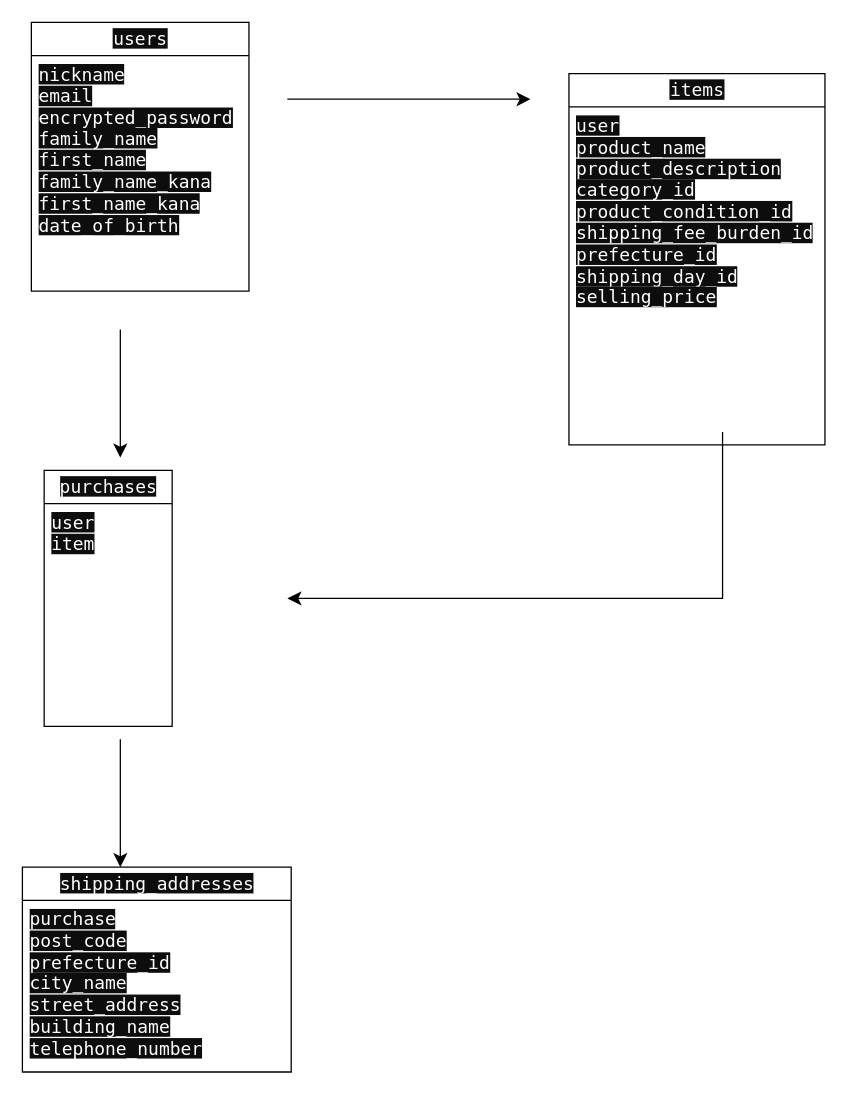
Before: furima.dio in sasakibambi/furima-40499, a draw.io diagram. Source tidied: cells renumbered, new cells numbered last; positions are measured from the earlier drawing's top-left corner, leaving out a move shared by most shapes. Both pictures are drawn from the tidied source at 128%, with x=0, y=0 at pixel (-46, 22).
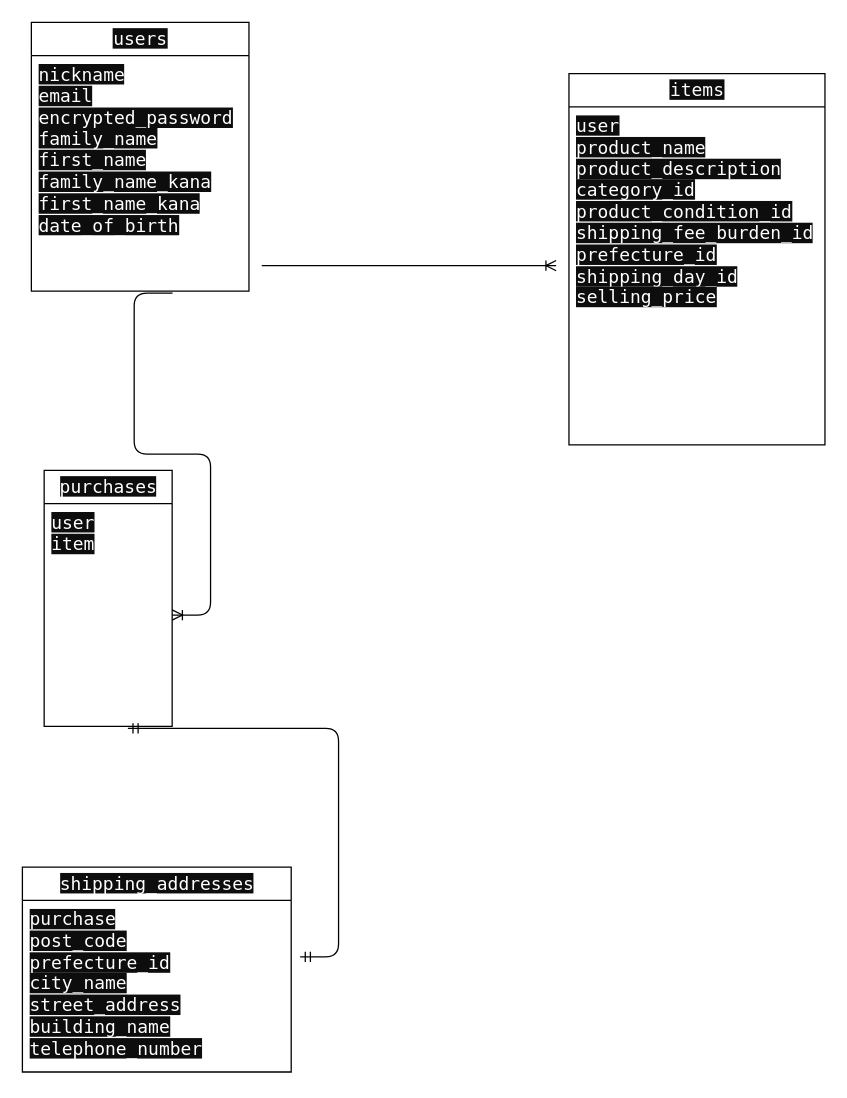
Above is the later version.

Commit message:
データベース設計(修正5)

Unchanged cells that the change refers to:
```xml
<mxCell id="4" value="&lt;span style=&quot;color: rgb(255, 255, 255); font-family: &amp;quot;Söhne Mono&amp;quot;, Monaco, &amp;quot;Andale Mono&amp;quot;, &amp;quot;Ubuntu Mono&amp;quot;, monospace; font-size: 14px; font-style: normal; font-variant-ligatures: normal; font-variant-caps: normal; font-weight: 400; letter-spacing: normal; orphans: 2; text-align: left; text-indent: 0px; text-transform: none; widows: 2; word-spacing: 0px; -webkit-text-stroke-width: 0px; background-color: rgb(13, 13, 13); text-decoration-thickness: initial; text-decoration-style: initial; text-decoration-color: initial; float: none; display: inline !important;&quot;&gt;user&lt;br&gt;&lt;span style=&quot;&quot;&gt;item&lt;/span&gt;&lt;br&gt;&lt;/span&gt;" style="text;strokeColor=none;fillColor=none;align=left;verticalAlign=top;spacingLeft=4;spacingRight=4;overflow=hidden;points=[[0,0.5],[1,0.5]];portConstraint=eastwest;whiteSpace=wrap;html=1;" parent="3" vertex="1">
  <mxGeometry y="26" width="100" height="174" as="geometry" />
</mxCell>
<mxCell id="13" value="&lt;span style=&quot;color: rgb(255, 255, 255); font-family: &amp;quot;Söhne Mono&amp;quot;, Monaco, &amp;quot;Andale Mono&amp;quot;, &amp;quot;Ubuntu Mono&amp;quot;, monospace; font-size: 14px; background-color: rgb(13, 13, 13);&quot;&gt;nickname&lt;br&gt;&lt;/span&gt;&lt;span style=&quot;color: rgb(255, 255, 255); font-family: &amp;quot;Söhne Mono&amp;quot;, Monaco, &amp;quot;Andale Mono&amp;quot;, &amp;quot;Ubuntu Mono&amp;quot;, monospace; font-size: 14px; background-color: rgb(13, 13, 13);&quot;&gt;email&lt;br&gt;&lt;/span&gt;&lt;span style=&quot;color: rgb(255, 255, 255); font-family: &amp;quot;Söhne Mono&amp;quot;, Monaco, &amp;quot;Andale Mono&amp;quot;, &amp;quot;Ubuntu Mono&amp;quot;, monospace; font-size: 14px; background-color: rgb(13, 13, 13);&quot;&gt;encrypted_password&lt;br&gt;&lt;/span&gt;&lt;span style=&quot;color: rgb(255, 255, 255); font-family: &amp;quot;Söhne Mono&amp;quot;, Monaco, &amp;quot;Andale Mono&amp;quot;, &amp;quot;Ubuntu Mono&amp;quot;, monospace; font-size: 14px; background-color: rgb(13, 13, 13);&quot;&gt;family_name&lt;br&gt;first_name&lt;br&gt;&lt;/span&gt;&lt;span style=&quot;color: rgb(255, 255, 255); font-family: &amp;quot;Söhne Mono&amp;quot;, Monaco, &amp;quot;Andale Mono&amp;quot;, &amp;quot;Ubuntu Mono&amp;quot;, monospace; font-size: 14px; background-color: rgb(13, 13, 13);&quot;&gt;family_name_kana&lt;br&gt;&lt;/span&gt;&lt;span style=&quot;color: rgb(255, 255, 255); font-family: &amp;quot;Söhne Mono&amp;quot;, Monaco, &amp;quot;Andale Mono&amp;quot;, &amp;quot;Ubuntu Mono&amp;quot;, monospace; font-size: 14px; background-color: rgb(13, 13, 13);&quot;&gt;first_name_kana&lt;br&gt;&lt;/span&gt;&lt;span style=&quot;color: rgb(255, 255, 255); font-family: &amp;quot;Söhne Mono&amp;quot;, Monaco, &amp;quot;Andale Mono&amp;quot;, &amp;quot;Ubuntu Mono&amp;quot;, monospace; font-size: 14px; background-color: rgb(13, 13, 13);&quot;&gt;date_of_birth&lt;/span&gt;&lt;span style=&quot;color: rgb(255, 255, 255); font-family: &amp;quot;Söhne Mono&amp;quot;, Monaco, &amp;quot;Andale Mono&amp;quot;, &amp;quot;Ubuntu Mono&amp;quot;, monospace; font-size: 14px; background-color: rgb(13, 13, 13);&quot;&gt;&lt;br&gt;&lt;/span&gt;" style="text;strokeColor=none;fillColor=none;align=left;verticalAlign=top;spacingLeft=4;spacingRight=4;overflow=hidden;points=[[0,0.5],[1,0.5]];portConstraint=eastwest;whiteSpace=wrap;html=1;" parent="1" vertex="1">
  <mxGeometry x="60" y="26" width="170" height="184" as="geometry" />
</mxCell>
```

The edit, as a diff of the source:
```diff
@@
-    <mxCell id="9" style="edgeStyle=elbowEdgeStyle;elbow=vertical;endArrow=classic;html=1;curved=0;rounded=0;endSize=8;startSize=8;" parent="1" edge="1">
-      <mxGeometry relative="1" as="geometry">
-        <mxPoint x="129.5" y="300" as="sourcePoint" />
-        <mxPoint x="129.5" y="340" as="targetPoint" />
-        <Array as="points">
-          <mxPoint x="-0.5" y="240" />
-        </Array>
-      </mxGeometry>
-    </mxCell>
-    <mxCell id="10" style="edgeStyle=elbowEdgeStyle;elbow=vertical;endArrow=classic;html=1;curved=0;rounded=0;endSize=8;startSize=8;" parent="1" edge="1">
-      <mxGeometry relative="1" as="geometry">
-        <mxPoint x="129.5" y="620" as="sourcePoint" />
-        <mxPoint x="129.5" y="660" as="targetPoint" />
-        <Array as="points">
-          <mxPoint x="-0.5" y="560" />
-        </Array>
-      </mxGeometry>
-    </mxCell>
-    <mxCell id="11" style="edgeStyle=elbowEdgeStyle;elbow=vertical;endArrow=classic;html=1;curved=0;rounded=0;endSize=8;startSize=8;" parent="1" edge="1">
-      <mxGeometry relative="1" as="geometry">
-        <mxPoint x="600" y="320" as="sourcePoint" />
-        <mxPoint x="260" y="450" as="targetPoint" />
-        <Array as="points">
-          <mxPoint x="410" y="450" />
-        </Array>
-      </mxGeometry>
-    </mxCell>
-    <mxCell id="12" style="edgeStyle=elbowEdgeStyle;elbow=horizontal;endArrow=classic;html=1;curved=0;rounded=0;endSize=8;startSize=8;" parent="1" edge="1">
-      <mxGeometry relative="1" as="geometry">
-        <mxPoint x="260" y="60" as="sourcePoint" />
-        <mxPoint x="450" y="60" as="targetPoint" />
-        <Array as="points">
-          <mxPoint x="360" y="75" />
-        </Array>
-      </mxGeometry>
-    </mxCell>
@@
+    <mxCell id="14" style="edgeStyle=entityRelationEdgeStyle;fontSize=12;html=1;endArrow=ERoneToMany;" parent="1" edge="1">
+      <mxGeometry relative="1" as="geometry">
+        <mxPoint x="240" y="190" as="sourcePoint" />
+        <mxPoint x="470" y="190" as="targetPoint" />
+      </mxGeometry>
+    </mxCell>
+    <mxCell id="15" style="edgeStyle=entityRelationEdgeStyle;fontSize=12;html=1;endArrow=ERoneToMany;exitX=0.649;exitY=1.008;exitDx=0;exitDy=0;exitPerimeter=0;" parent="1" edge="1" source="13" target="4">
+      <mxGeometry relative="1" as="geometry" />
+    </mxCell>
+    <mxCell id="16" style="edgeStyle=entityRelationEdgeStyle;fontSize=12;html=1;endArrow=ERmandOne;startArrow=ERmandOne;entryX=0.654;entryY=1.009;entryDx=0;entryDy=0;entryPerimeter=0;" parent="1" edge="1" target="4">
+      <mxGeometry relative="1" as="geometry">
+        <mxPoint x="270" y="730" as="sourcePoint" />
+      </mxGeometry>
+    </mxCell>
```
